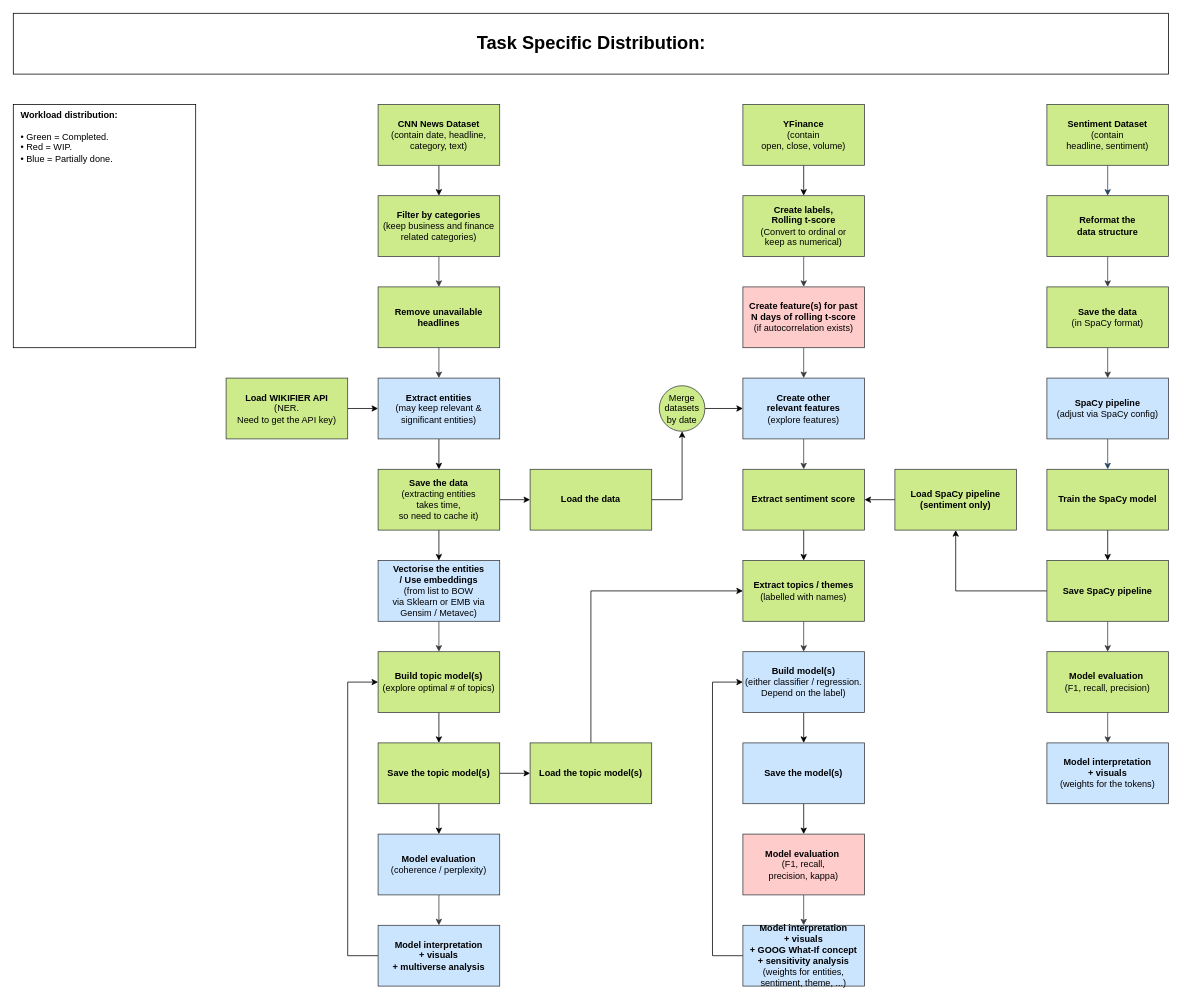
Before: page "completion" (3 of 6) of docs/flowchart/processing_flowchart.drawio in lioneltayyd/MADS-M2-estimating-news-impact-on-financial-market, a draw.io diagram. Source tidied: cells renumbered, new cells numbered last; positions are measured from the earlier drawing's top-left corner, leaving out a move shared by most shapes. Both pictures are drawn from the tidied source at 76%, with x=0, y=0 at pixel (13, 13).
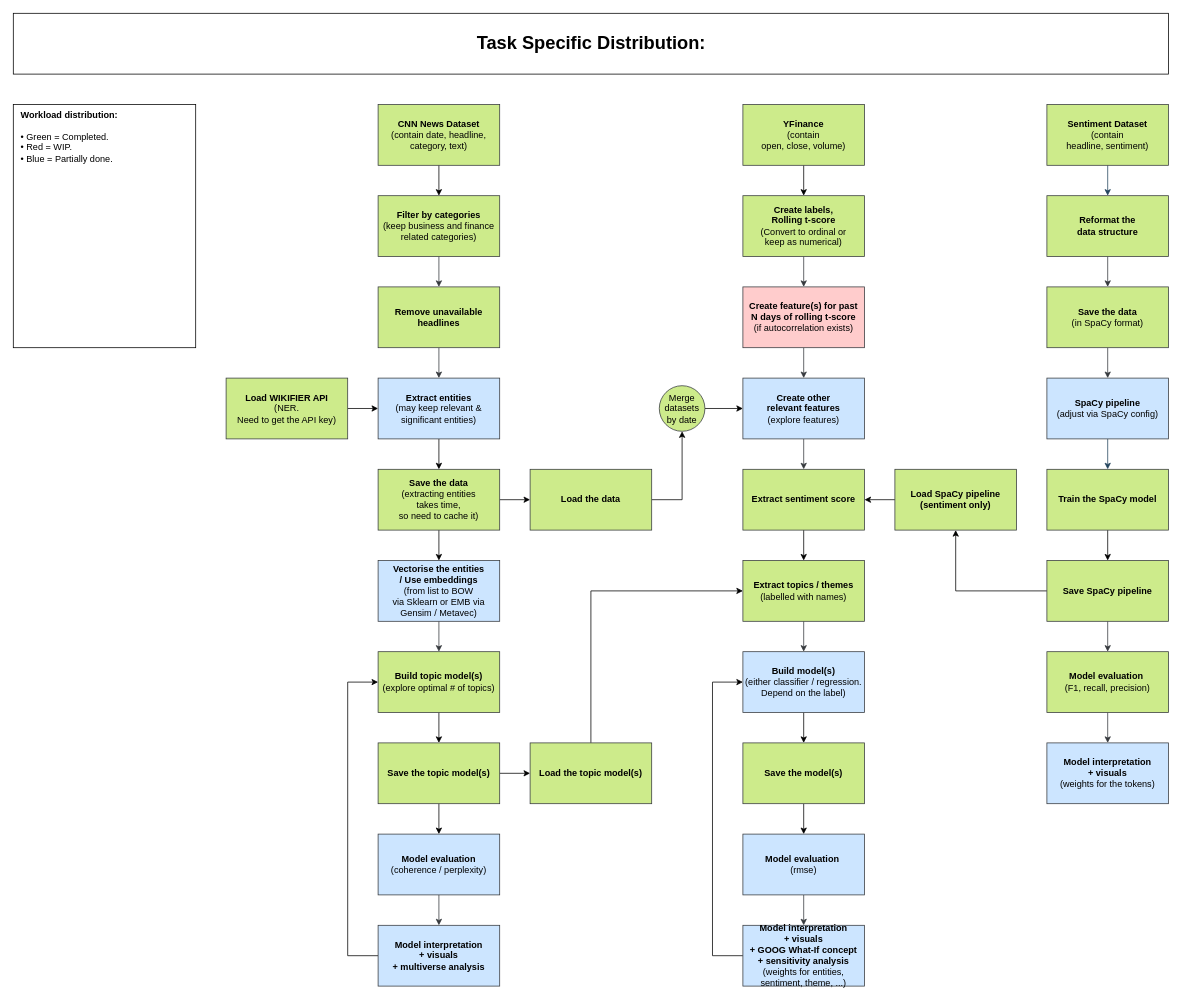
The same diagram, later.

The edit, as a diff of the source:
```diff
@@
-    <mxCell id="51" value="&lt;b&gt;Model evaluation&amp;nbsp;&lt;br&gt;&lt;/b&gt;(F1, recall, &lt;br&gt;precision, kappa)" style="rounded=0;whiteSpace=wrap;html=1;fillColor=#ffcccc;strokeColor=#36393d;" parent="1" vertex="1">
+    <mxCell id="51" value="&lt;b&gt;Model evaluation&amp;nbsp;&lt;br&gt;&lt;/b&gt;(rmse)" style="rounded=0;whiteSpace=wrap;html=1;fillColor=#cce5ff;strokeColor=#36393d;" parent="1" vertex="1">
       <mxGeometry x="960" y="1080" width="160" height="80" as="geometry" />
     </mxCell>
@@
-    <mxCell id="53" value="&lt;b&gt;Save the model(s)&lt;/b&gt;" style="rounded=0;whiteSpace=wrap;html=1;fillColor=#cce5ff;strokeColor=#36393d;" parent="1" vertex="1">
+    <mxCell id="53" value="&lt;b&gt;Save the model(s)&lt;/b&gt;" style="rounded=0;whiteSpace=wrap;html=1;fillColor=#cdeb8b;strokeColor=#36393d;" parent="1" vertex="1">
       <mxGeometry x="960" y="960" width="160" height="80" as="geometry" />
     </mxCell>
```
